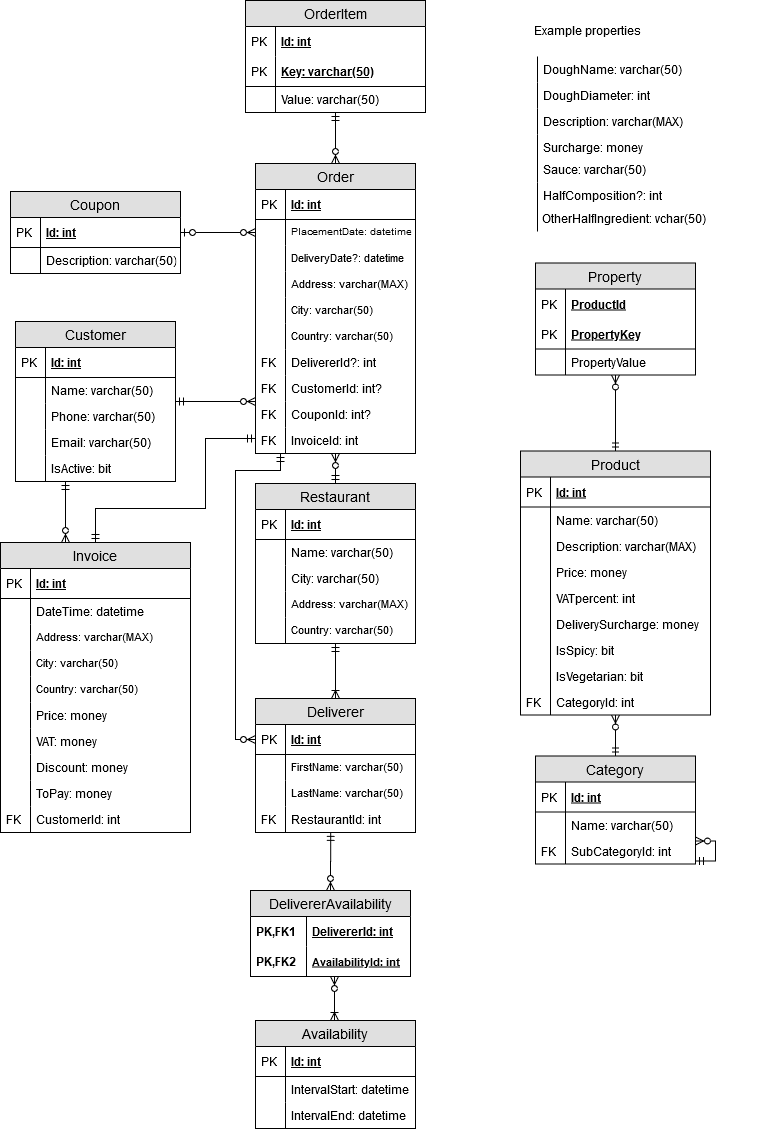
The draw.io diagram Documentation/4th Iteration ERD.png in Seraphix0/OS4-Mario, before a commit. Source tidied: cells renumbered, new cells last; positions are measured from the earlier drawing's top-left corner, leaving out a move shared by most shapes.
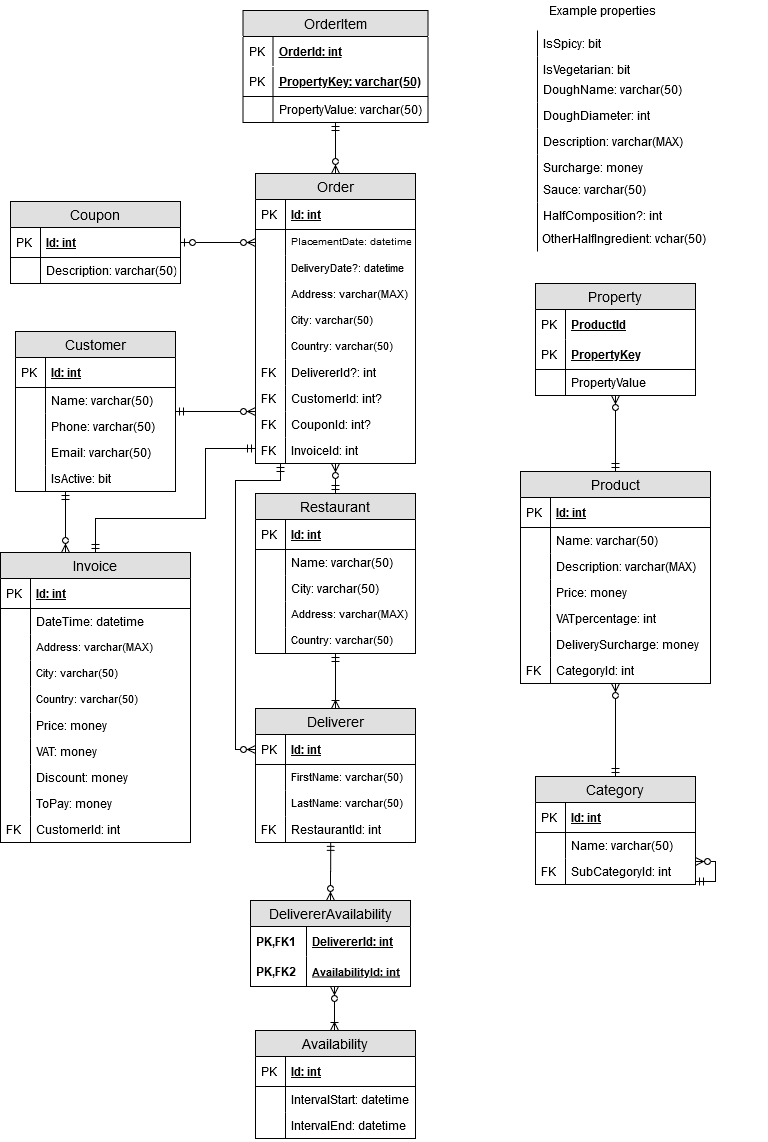
Later version of the same file.

Commit message:
[Documentation] Updated 4th Iteration ERD

What changed in the source:
```diff
@@ -327,7 +327,7 @@
       <mxGeometry relative="1" as="geometry" />
     </mxCell>
     <mxCell id="103" value="Product" style="swimlane;fontStyle=0;horizontal=1;startSize=26;fillColor=#e0e0e0;swimlaneFillColor=#ffffff;align=center;fontSize=14;" parent="1" vertex="1">
-      <mxGeometry x="520" y="450.5" width="190" height="264" as="geometry" />
+      <mxGeometry x="520" y="461" width="190" height="212" as="geometry" />
     </mxCell>
     <mxCell id="104" value="Id: int" style="shape=partialRectangle;top=0;left=0;right=0;bottom=1;align=left;verticalAlign=middle;fillColor=none;spacingLeft=34;spacingRight=4;overflow=hidden;fontStyle=5;fontSize=12;" parent="103" vertex="1">
       <mxGeometry y="26" width="190" height="30" as="geometry" />
@@ -353,7 +353,7 @@
     <mxCell id="111" style="shape=partialRectangle;top=0;left=0;bottom=0;fillColor=none;align=left;verticalAlign=top;spacingLeft=4;spacingRight=4;overflow=hidden;fontSize=12;" parent="110" vertex="1">
       <mxGeometry width="30" height="26" as="geometry" />
     </mxCell>
-    <mxCell id="112" value="VATpercent: int" style="shape=partialRectangle;top=0;left=0;right=0;bottom=0;align=left;verticalAlign=top;fillColor=none;spacingLeft=34;spacingRight=4;overflow=hidden;fontSize=12;" parent="103" vertex="1">
+    <mxCell id="112" value="VATpercentage: int" style="shape=partialRectangle;top=0;left=0;right=0;bottom=0;align=left;verticalAlign=top;fillColor=none;spacingLeft=34;spacingRight=4;overflow=hidden;fontSize=12;" parent="103" vertex="1">
       <mxGeometry y="134" width="190" height="26" as="geometry" />
     </mxCell>
     <mxCell id="113" style="shape=partialRectangle;top=0;left=0;bottom=0;fillColor=none;align=left;verticalAlign=top;spacingLeft=4;spacingRight=4;overflow=hidden;fontSize=12;" parent="112" vertex="1">
@@ -365,26 +365,14 @@
     <mxCell id="115" style="shape=partialRectangle;top=0;left=0;bottom=0;fillColor=none;align=left;verticalAlign=top;spacingLeft=4;spacingRight=4;overflow=hidden;fontSize=12;" parent="114" vertex="1">
       <mxGeometry width="30" height="26" as="geometry" />
     </mxCell>
-    <mxCell id="116" value="IsSpicy: bit" style="shape=partialRectangle;top=0;left=0;right=0;bottom=0;align=left;verticalAlign=top;fillColor=none;spacingLeft=34;spacingRight=4;overflow=hidden;fontSize=12;" parent="103" vertex="1">
-      <mxGeometry y="186" width="190" height="26" as="geometry" />
-    </mxCell>
-    <mxCell id="117" style="shape=partialRectangle;top=0;left=0;bottom=0;fillColor=none;align=left;verticalAlign=top;spacingLeft=4;spacingRight=4;overflow=hidden;fontSize=12;" parent="116" vertex="1">
-      <mxGeometry width="30" height="26" as="geometry" />
-    </mxCell>
-    <mxCell id="118" value="IsVegetarian: bit" style="shape=partialRectangle;top=0;left=0;right=0;bottom=0;align=left;verticalAlign=top;fillColor=none;spacingLeft=34;spacingRight=4;overflow=hidden;fontSize=12;" parent="103" vertex="1">
-      <mxGeometry y="212" width="190" height="26" as="geometry" />
-    </mxCell>
-    <mxCell id="119" style="shape=partialRectangle;top=0;left=0;bottom=0;fillColor=none;align=left;verticalAlign=top;spacingLeft=4;spacingRight=4;overflow=hidden;fontSize=12;" parent="118" vertex="1">
-      <mxGeometry width="30" height="26" as="geometry" />
-    </mxCell>
     <mxCell id="120" value="CategoryId: int" style="shape=partialRectangle;top=0;left=0;right=0;bottom=0;align=left;verticalAlign=top;fillColor=none;spacingLeft=34;spacingRight=4;overflow=hidden;fontSize=12;" parent="103" vertex="1">
-      <mxGeometry y="238" width="190" height="26" as="geometry" />
+      <mxGeometry y="186" width="190" height="26" as="geometry" />
     </mxCell>
     <mxCell id="121" value="FK" style="shape=partialRectangle;top=0;left=0;bottom=0;fillColor=none;align=left;verticalAlign=top;spacingLeft=4;spacingRight=4;overflow=hidden;fontSize=12;" parent="120" vertex="1">
       <mxGeometry width="30" height="26" as="geometry" />
     </mxCell>
     <mxCell id="122" value="Category" style="swimlane;fontStyle=0;horizontal=1;startSize=26;fillColor=#e0e0e0;swimlaneFillColor=#ffffff;align=center;fontSize=14;" parent="1" vertex="1">
-      <mxGeometry x="535" y="755.5" width="160" height="108" as="geometry" />
+      <mxGeometry x="535" y="766" width="160" height="108" as="geometry" />
     </mxCell>
     <mxCell id="123" value="Id: int" style="shape=partialRectangle;top=0;left=0;right=0;bottom=1;align=left;verticalAlign=middle;fillColor=none;spacingLeft=34;spacingRight=4;overflow=hidden;fontStyle=5;fontSize=12;" parent="122" vertex="1">
       <mxGeometry y="26" width="160" height="30" as="geometry" />
@@ -418,28 +406,28 @@
       </mxGeometry>
     </mxCell>
     <mxCell id="131" value="OrderItem" style="swimlane;fontStyle=0;horizontal=1;startSize=26;fillColor=#e0e0e0;swimlaneFillColor=#ffffff;align=center;fontSize=14;" parent="1" vertex="1">
-      <mxGeometry x="245" width="180" height="112" as="geometry" />
+      <mxGeometry x="242.5" width="185" height="112" as="geometry" />
     </mxCell>
-    <mxCell id="132" value="Id: int" style="shape=partialRectangle;top=0;left=0;right=0;bottom=1;align=left;verticalAlign=middle;fillColor=none;spacingLeft=34;spacingRight=4;overflow=hidden;fontStyle=5;fontSize=12;strokeColor=none;" parent="131" vertex="1">
-      <mxGeometry y="26" width="180" height="30" as="geometry" />
+    <mxCell id="132" value="OrderId: int" style="shape=partialRectangle;top=0;left=0;right=0;bottom=1;align=left;verticalAlign=middle;fillColor=none;spacingLeft=34;spacingRight=4;overflow=hidden;fontStyle=5;fontSize=12;strokeColor=none;" parent="131" vertex="1">
+      <mxGeometry y="26" width="185" height="30" as="geometry" />
     </mxCell>
     <mxCell id="133" value="PK" style="shape=partialRectangle;top=0;left=0;bottom=0;fillColor=none;align=left;verticalAlign=middle;spacingLeft=4;spacingRight=4;overflow=hidden;fontSize=12;" parent="132" vertex="1">
       <mxGeometry width="30" height="30" as="geometry" />
     </mxCell>
-    <mxCell id="134" value="Key: varchar(50)" style="shape=partialRectangle;top=0;left=0;right=0;bottom=1;align=left;verticalAlign=middle;fillColor=none;spacingLeft=34;spacingRight=4;overflow=hidden;fontStyle=5;fontSize=12;strokeColor=#000000;" parent="131" vertex="1">
-      <mxGeometry y="56" width="180" height="30" as="geometry" />
+    <mxCell id="134" value="PropertyKey: varchar(50)" style="shape=partialRectangle;top=0;left=0;right=0;bottom=1;align=left;verticalAlign=middle;fillColor=none;spacingLeft=34;spacingRight=4;overflow=hidden;fontStyle=5;fontSize=12;strokeColor=#000000;" parent="131" vertex="1">
+      <mxGeometry y="56" width="185" height="30" as="geometry" />
     </mxCell>
     <mxCell id="135" value="PK" style="shape=partialRectangle;top=0;left=0;bottom=0;fillColor=none;align=left;verticalAlign=middle;spacingLeft=4;spacingRight=4;overflow=hidden;fontSize=12;" parent="134" vertex="1">
       <mxGeometry width="30" height="30" as="geometry" />
     </mxCell>
-    <mxCell id="136" value="Value: varchar(50)" style="shape=partialRectangle;top=0;left=0;right=0;bottom=0;align=left;verticalAlign=top;fillColor=none;spacingLeft=34;spacingRight=4;overflow=hidden;fontSize=12;fontStyle=0;strokeColor=#000000;" parent="131" vertex="1">
-      <mxGeometry y="86" width="180" height="26" as="geometry" />
+    <mxCell id="136" value="PropertyValue: varchar(50)" style="shape=partialRectangle;top=0;left=0;right=0;bottom=0;align=left;verticalAlign=top;fillColor=none;spacingLeft=34;spacingRight=4;overflow=hidden;fontSize=12;fontStyle=0;strokeColor=#000000;" parent="131" vertex="1">
+      <mxGeometry y="86" width="185" height="26" as="geometry" />
     </mxCell>
     <mxCell id="137" style="shape=partialRectangle;top=0;left=0;bottom=0;fillColor=none;align=left;verticalAlign=top;spacingLeft=4;spacingRight=4;overflow=hidden;fontSize=12;" parent="136" vertex="1">
       <mxGeometry width="30" height="26" as="geometry" />
     </mxCell>
     <mxCell id="138" value="Property" style="swimlane;fontStyle=0;horizontal=1;startSize=26;fillColor=#e0e0e0;swimlaneFillColor=#ffffff;align=center;fontSize=14;" parent="1" vertex="1">
-      <mxGeometry x="535" y="262.5" width="160" height="112" as="geometry" />
+      <mxGeometry x="535" y="273" width="160" height="112" as="geometry" />
     </mxCell>
     <mxCell id="139" value="ProductId" style="shape=partialRectangle;top=0;left=0;right=0;bottom=1;align=left;verticalAlign=middle;fillColor=none;spacingLeft=34;spacingRight=4;overflow=hidden;fontStyle=5;fontSize=12;strokeColor=none;" parent="138" vertex="1">
       <mxGeometry y="26" width="160" height="30" as="geometry" />
@@ -460,49 +448,61 @@
       <mxGeometry width="30" height="26" as="geometry" />
     </mxCell>
     <mxCell id="145" value="DoughName: varchar(50)" style="shape=partialRectangle;top=0;left=0;right=0;bottom=0;align=left;verticalAlign=top;fillColor=none;spacingLeft=34;spacingRight=4;overflow=hidden;fontSize=12;" parent="1" vertex="1">
-      <mxGeometry x="507" y="56" width="180" height="26" as="geometry" />
+      <mxGeometry x="507" y="66" width="180" height="26" as="geometry" />
     </mxCell>
     <mxCell id="146" style="shape=partialRectangle;top=0;left=0;bottom=0;fillColor=none;align=left;verticalAlign=top;spacingLeft=4;spacingRight=4;overflow=hidden;fontSize=12;" parent="145" vertex="1">
       <mxGeometry width="30" height="26" as="geometry" />
     </mxCell>
     <mxCell id="147" value="DoughDiameter: int" style="shape=partialRectangle;top=0;left=0;right=0;bottom=0;align=left;verticalAlign=top;fillColor=none;spacingLeft=34;spacingRight=4;overflow=hidden;fontSize=12;" parent="1" vertex="1">
-      <mxGeometry x="507" y="82" width="180" height="26" as="geometry" />
+      <mxGeometry x="507" y="92" width="180" height="26" as="geometry" />
     </mxCell>
     <mxCell id="148" style="shape=partialRectangle;top=0;left=0;bottom=0;fillColor=none;align=left;verticalAlign=top;spacingLeft=4;spacingRight=4;overflow=hidden;fontSize=12;" parent="147" vertex="1">
       <mxGeometry width="30" height="26" as="geometry" />
     </mxCell>
     <mxCell id="149" value="Description: varchar(MAX)" style="shape=partialRectangle;top=0;left=0;right=0;bottom=0;align=left;verticalAlign=top;fillColor=none;spacingLeft=34;spacingRight=4;overflow=hidden;fontSize=12;" parent="1" vertex="1">
-      <mxGeometry x="507" y="108" width="180" height="26" as="geometry" />
+      <mxGeometry x="507" y="118" width="180" height="26" as="geometry" />
     </mxCell>
     <mxCell id="150" style="shape=partialRectangle;top=0;left=0;bottom=0;fillColor=none;align=left;verticalAlign=top;spacingLeft=4;spacingRight=4;overflow=hidden;fontSize=12;" parent="149" vertex="1">
       <mxGeometry width="30" height="26" as="geometry" />
     </mxCell>
     <mxCell id="151" value="Surcharge: money" style="shape=partialRectangle;top=0;left=0;right=0;bottom=0;align=left;verticalAlign=top;fillColor=none;spacingLeft=34;spacingRight=4;overflow=hidden;fontSize=12;" parent="1" vertex="1">
-      <mxGeometry x="507" y="134" width="180" height="26" as="geometry" />
+      <mxGeometry x="507" y="144" width="180" height="26" as="geometry" />
     </mxCell>
     <mxCell id="152" style="shape=partialRectangle;top=0;left=0;bottom=0;fillColor=none;align=left;verticalAlign=top;spacingLeft=4;spacingRight=4;overflow=hidden;fontSize=12;" parent="151" vertex="1">
       <mxGeometry width="30" height="26" as="geometry" />
     </mxCell>
     <mxCell id="153" value="Sauce: varchar(50)" style="shape=partialRectangle;top=0;left=0;right=0;bottom=0;align=left;verticalAlign=top;fillColor=none;spacingLeft=34;spacingRight=4;overflow=hidden;fontSize=12;" parent="1" vertex="1">
-      <mxGeometry x="507" y="156" width="190" height="26" as="geometry" />
+      <mxGeometry x="507" y="166" width="190" height="26" as="geometry" />
     </mxCell>
     <mxCell id="154" style="shape=partialRectangle;top=0;left=0;bottom=0;fillColor=none;align=left;verticalAlign=top;spacingLeft=4;spacingRight=4;overflow=hidden;fontSize=12;" parent="153" vertex="1">
       <mxGeometry width="30" height="26" as="geometry" />
     </mxCell>
     <mxCell id="155" value="HalfComposition?: int" style="shape=partialRectangle;top=0;left=0;right=0;bottom=0;align=left;verticalAlign=top;fillColor=none;spacingLeft=34;spacingRight=4;overflow=hidden;fontSize=12;" parent="1" vertex="1">
-      <mxGeometry x="507" y="182" width="190" height="26" as="geometry" />
+      <mxGeometry x="507" y="192" width="190" height="26" as="geometry" />
     </mxCell>
     <mxCell id="156" style="shape=partialRectangle;top=0;left=0;bottom=0;fillColor=none;align=left;verticalAlign=top;spacingLeft=4;spacingRight=4;overflow=hidden;fontSize=12;" parent="155" vertex="1">
       <mxGeometry width="30" height="26" as="geometry" />
     </mxCell>
     <mxCell id="157" value="   OtherHalfIngredient: vchar(50)" style="shape=partialRectangle;top=0;left=0;right=0;bottom=0;align=left;verticalAlign=top;fillColor=none;spacingLeft=34;spacingRight=4;overflow=hidden;fontSize=12;" parent="1" vertex="1">
-      <mxGeometry x="497" y="205" width="270" height="26" as="geometry" />
+      <mxGeometry x="497" y="215" width="270" height="26" as="geometry" />
     </mxCell>
     <mxCell id="158" style="shape=partialRectangle;top=0;left=0;bottom=0;fillColor=none;align=left;verticalAlign=top;spacingLeft=4;spacingRight=4;overflow=hidden;fontSize=12;" parent="157" vertex="1">
       <mxGeometry width="40" height="26" as="geometry" />
     </mxCell>
     <mxCell id="159" value="Example properties" style="text;html=1;align=center;verticalAlign=middle;" parent="1" vertex="1">
-      <mxGeometry x="527" y="20" width="120" height="20" as="geometry" />
+      <mxGeometry x="542" y="-10" width="120" height="20" as="geometry" />
     </mxCell>
+    <mxCell id="116" value="IsSpicy: bit" style="shape=partialRectangle;top=0;left=0;right=0;bottom=0;align=left;verticalAlign=top;fillColor=none;spacingLeft=34;spacingRight=4;overflow=hidden;fontSize=12;" parent="1" vertex="1">
+      <mxGeometry x="507" y="20" width="190" height="26" as="geometry" />
+    </mxCell>
+    <mxCell id="117" style="shape=partialRectangle;top=0;left=0;bottom=0;fillColor=none;align=left;verticalAlign=top;spacingLeft=4;spacingRight=4;overflow=hidden;fontSize=12;" parent="116" vertex="1">
+      <mxGeometry width="30" height="26" as="geometry" />
+    </mxCell>
+    <mxCell id="118" value="IsVegetarian: bit" style="shape=partialRectangle;top=0;left=0;right=0;bottom=0;align=left;verticalAlign=top;fillColor=none;spacingLeft=34;spacingRight=4;overflow=hidden;fontSize=12;" parent="1" vertex="1">
+      <mxGeometry x="507" y="46" width="190" height="26" as="geometry" />
+    </mxCell>
+    <mxCell id="119" style="shape=partialRectangle;top=0;left=0;bottom=0;fillColor=none;align=left;verticalAlign=top;spacingLeft=4;spacingRight=4;overflow=hidden;fontSize=12;" parent="118" vertex="1">
+      <mxGeometry width="30" height="26" as="geometry" />
+    </mxCell>
   </root>
 </mxGraphModel>
```
